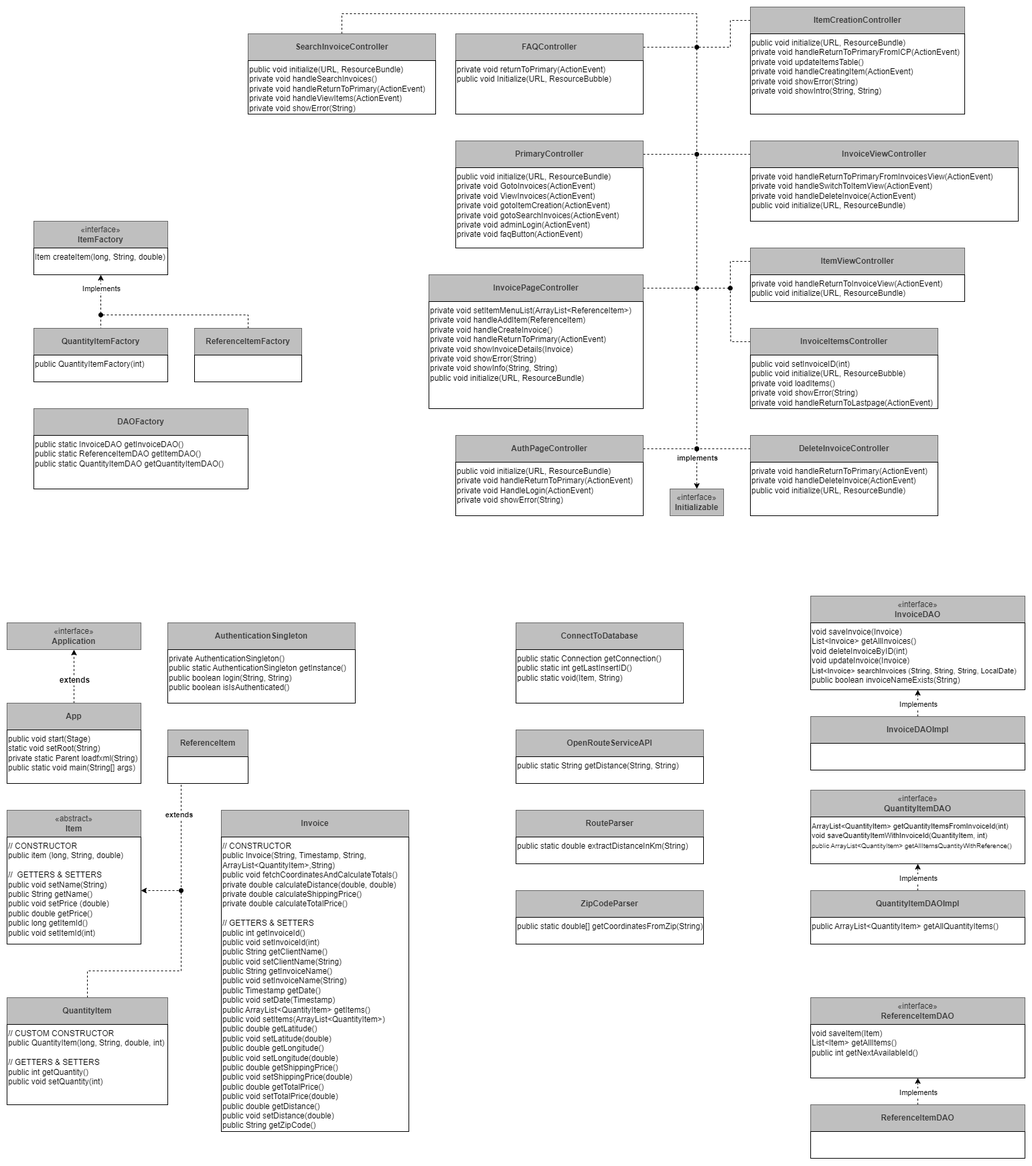
domdancing/Final-for-SE keeps this draw.io diagram as src/diagrams/ClassesDiagram.png. Above is the earlier version. Source tidied: cells renumbered, new cells last; positions are measured from the earlier drawing's top-left corner, leaving out a move shared by most shapes.
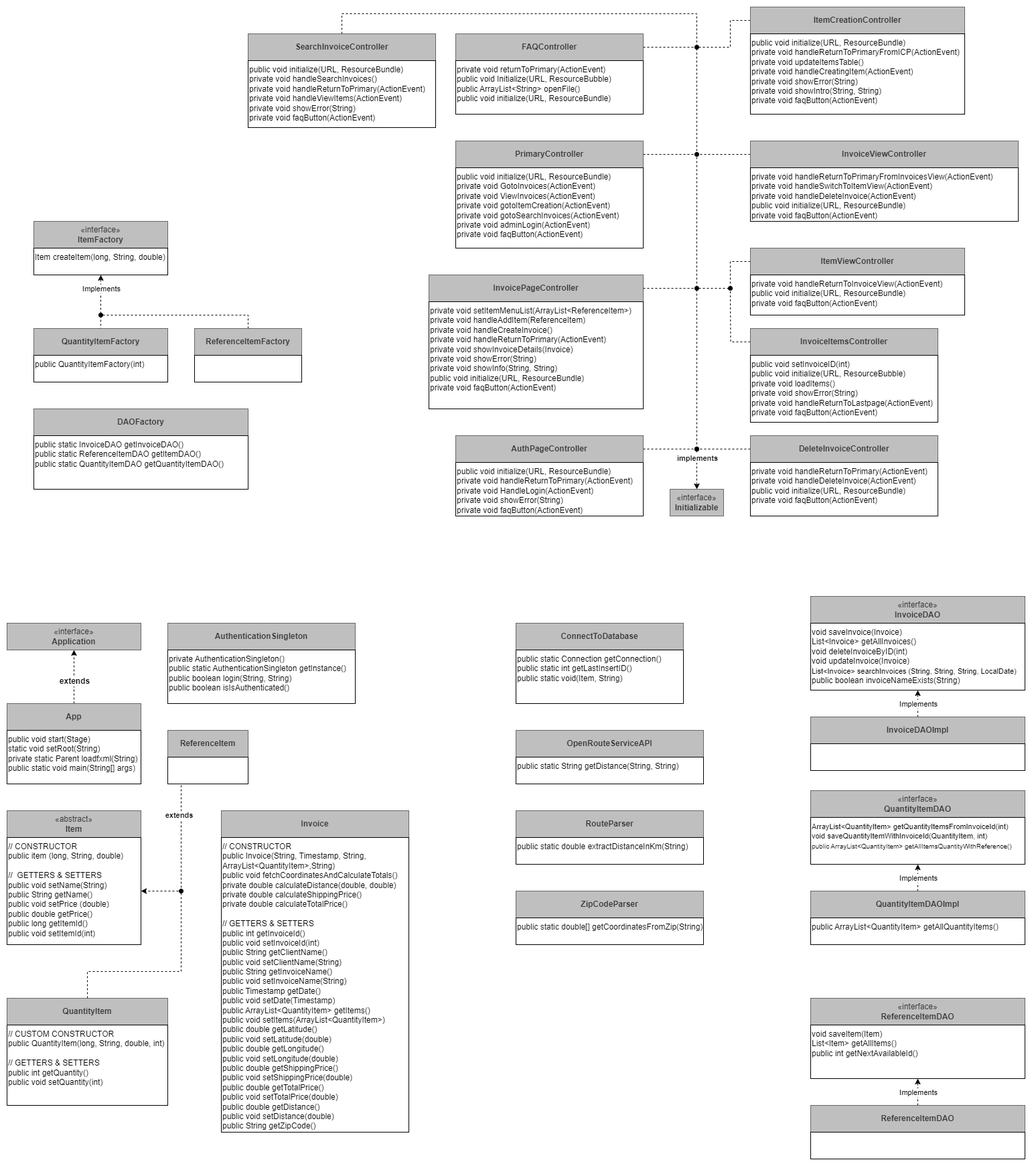
Later version of the same file.

Change to the diagram source:
```diff
@@ -33,7 +33,7 @@
     <mxCell id="10" value="&lt;b&gt;DeleteInvoiceController&lt;/b&gt;" style="html=1;whiteSpace=wrap;fillColor=#BFBFBF;fontColor=#333333;strokeColor=#666666;" parent="1" vertex="1">
       <mxGeometry x="1110" y="640" width="280" height="40" as="geometry" />
     </mxCell>
-    <mxCell id="11" value="private void handleReturnToPrimary(ActionEvent)&lt;br&gt;private void handleDeleteInvoice(ActionEvent)&lt;br&gt;public void initialize(URL, ResourceBundle)" style="html=1;whiteSpace=wrap;verticalAlign=top;align=left;" parent="1" vertex="1">
+    <mxCell id="11" value="private void handleReturnToPrimary(ActionEvent)&lt;br&gt;private void handleDeleteInvoice(ActionEvent)&lt;br&gt;public void initialize(URL, ResourceBundle)&lt;br&gt;private void faqButton(ActionEvent)&amp;nbsp;" style="html=1;whiteSpace=wrap;verticalAlign=top;align=left;" parent="1" vertex="1">
       <mxGeometry x="1110" y="680" width="280" height="80" as="geometry" />
     </mxCell>
     <mxCell id="12" style="edgeStyle=orthogonalEdgeStyle;rounded=0;jettySize=auto;html=1;endArrow=oval;endFill=1;dashed=1;" parent="1" edge="1" source="13">
@@ -44,7 +44,7 @@
     <mxCell id="13" value="&lt;b&gt;InvoicePageController&lt;/b&gt;" style="html=1;whiteSpace=wrap;fillColor=#BFBFBF;fontColor=#333333;strokeColor=#666666;" parent="1" vertex="1">
       <mxGeometry x="630" y="400" width="320" height="40" as="geometry" />
     </mxCell>
-    <mxCell id="14" value="private void setItemMenuList(ArrayList&amp;lt;ReferenceItem&amp;gt;)&lt;br&gt;private void handleAddItem(ReferenceItem)&lt;br&gt;private void handleCreateInvoice()&lt;br&gt;private void handleReturnToPrimary(ActionEvent)&lt;div&gt;private void showInvoiceDetails(Invoice)&lt;br&gt;&lt;/div&gt;&lt;div&gt;private void showError(String)&lt;br&gt;&lt;/div&gt;&lt;div&gt;private void showInfo(String, String)&amp;nbsp;&lt;br&gt;&lt;/div&gt;&lt;div&gt;public void initialize(URL, ResourceBundle)&lt;br&gt;&lt;/div&gt;" style="html=1;whiteSpace=wrap;verticalAlign=top;align=left;" parent="1" vertex="1">
+    <mxCell id="14" value="private void setItemMenuList(ArrayList&amp;lt;ReferenceItem&amp;gt;)&lt;br&gt;private void handleAddItem(ReferenceItem)&lt;br&gt;private void handleCreateInvoice()&lt;br&gt;private void handleReturnToPrimary(ActionEvent)&lt;div&gt;private void showInvoiceDetails(Invoice)&lt;br&gt;&lt;/div&gt;&lt;div&gt;private void showError(String)&lt;br&gt;&lt;/div&gt;&lt;div&gt;private void showInfo(String, String)&amp;nbsp;&lt;br&gt;&lt;/div&gt;&lt;div&gt;public void initialize(URL, ResourceBundle)&lt;br&gt;private void faqButton(ActionEvent)&amp;nbsp;&lt;br&gt;&lt;/div&gt;" style="html=1;whiteSpace=wrap;verticalAlign=top;align=left;" parent="1" vertex="1">
       <mxGeometry x="630" y="440" width="320" height="160" as="geometry" />
     </mxCell>
     <mxCell id="15" style="edgeStyle=orthogonalEdgeStyle;rounded=0;jettySize=auto;html=1;endArrow=none;startFill=0;dashed=1;" parent="1" edge="1" source="16">
@@ -104,7 +104,7 @@
     <mxCell id="28" value="&lt;b&gt;InvoiceViewController&lt;/b&gt;" style="html=1;whiteSpace=wrap;fillColor=#BFBFBF;fontColor=#333333;strokeColor=#666666;" parent="1" vertex="1">
       <mxGeometry x="1110" y="200" width="400" height="40" as="geometry" />
     </mxCell>
-    <mxCell id="29" value="private void handleReturnToPrimaryFromInvoicesView(ActionEvent)&amp;nbsp;&lt;br&gt;private void handleSwitchToItemView(ActionEvent)&lt;br&gt;private void handleDeleteInvoice(ActionEvent)&amp;nbsp;&amp;nbsp;&lt;br&gt;public void initialize(URL, ResourceBundle)&amp;nbsp;&lt;br&gt;&lt;div&gt;&lt;br&gt;&lt;/div&gt;" style="html=1;whiteSpace=wrap;verticalAlign=top;align=left;" parent="1" vertex="1">
+    <mxCell id="29" value="private void handleReturnToPrimaryFromInvoicesView(ActionEvent)&amp;nbsp;&lt;br&gt;private void handleSwitchToItemView(ActionEvent)&lt;br&gt;private void handleDeleteInvoice(ActionEvent)&amp;nbsp;&amp;nbsp;&lt;br&gt;public void initialize(URL, ResourceBundle)&amp;nbsp;&lt;br&gt;private void faqButton(ActionEvent)&amp;nbsp;&lt;br&gt;&lt;div&gt;&lt;br&gt;&lt;/div&gt;" style="html=1;whiteSpace=wrap;verticalAlign=top;align=left;" parent="1" vertex="1">
       <mxGeometry x="1110" y="240" width="400" height="80" as="geometry" />
     </mxCell>
     <mxCell id="30" style="edgeStyle=orthogonalEdgeStyle;rounded=0;jettySize=auto;html=1;endArrow=none;startFill=0;dashed=1;" parent="1" edge="1" source="31">
@@ -119,8 +119,8 @@
     <mxCell id="31" value="&lt;b&gt;ItemViewController&lt;/b&gt;" style="html=1;whiteSpace=wrap;fillColor=#BFBFBF;fontColor=#333333;strokeColor=#666666;" parent="1" vertex="1">
       <mxGeometry x="1110" y="360" width="320" height="40" as="geometry" />
     </mxCell>
-    <mxCell id="32" value="private void handleReturnToInvoiceView(ActionEvent)&amp;nbsp;&lt;br&gt;public void initialize(URL, ResourceBundle)&amp;nbsp;" style="html=1;whiteSpace=wrap;verticalAlign=top;align=left;" parent="1" vertex="1">
-      <mxGeometry x="1110" y="400" width="320" height="40" as="geometry" />
+    <mxCell id="32" value="private void handleReturnToInvoiceView(ActionEvent)&amp;nbsp;&lt;br&gt;public void initialize(URL, ResourceBundle)&lt;br&gt;private void faqButton(ActionEvent)&amp;nbsp;&amp;nbsp;" style="html=1;whiteSpace=wrap;verticalAlign=top;align=left;" parent="1" vertex="1">
+      <mxGeometry x="1110" y="400" width="320" height="60" as="geometry" />
     </mxCell>
     <mxCell id="33" style="edgeStyle=orthogonalEdgeStyle;rounded=0;jettySize=auto;html=1;endArrow=oval;endFill=1;dashed=1;" parent="1" edge="1" source="34">
       <mxGeometry relative="1" as="geometry">
@@ -134,7 +134,7 @@
     <mxCell id="34" value="&lt;b&gt;ItemCreationController&lt;/b&gt;" style="html=1;whiteSpace=wrap;fillColor=#BFBFBF;fontColor=#333333;strokeColor=#666666;" parent="1" vertex="1">
       <mxGeometry x="1110" width="320" height="40" as="geometry" />
     </mxCell>
-    <mxCell id="35" value="&lt;div&gt;public void initialize(URL, ResourceBundle)&lt;br&gt;private void handleReturnToPrimaryFromICP(ActionEvent)&lt;br&gt;&lt;/div&gt;&lt;div&gt;private void updateItemsTable()&lt;br&gt;private void handleCreatingItem(ActionEvent)&amp;nbsp;&lt;br&gt;private void showError(String)&lt;br&gt;private void showIntro(String, String)&lt;br&gt;&lt;br&gt;&lt;/div&gt;" style="html=1;whiteSpace=wrap;verticalAlign=top;align=left;" parent="1" vertex="1">
+    <mxCell id="35" value="&lt;div&gt;public void initialize(URL, ResourceBundle)&lt;br&gt;private void handleReturnToPrimaryFromICP(ActionEvent)&lt;br&gt;&lt;/div&gt;&lt;div&gt;private void updateItemsTable()&lt;br&gt;private void handleCreatingItem(ActionEvent)&amp;nbsp;&lt;br&gt;private void showError(String)&lt;br&gt;private void showIntro(String, String)&lt;br&gt;private void faqButton(ActionEvent)&amp;nbsp;&lt;br&gt;&lt;br&gt;&lt;/div&gt;" style="html=1;whiteSpace=wrap;verticalAlign=top;align=left;" parent="1" vertex="1">
       <mxGeometry x="1110" y="40" width="320" height="120" as="geometry" />
     </mxCell>
     <mxCell id="36" style="edgeStyle=orthogonalEdgeStyle;rounded=0;jettySize=auto;html=1;endArrow=oval;endFill=1;dashed=1;" parent="1" edge="1" source="37">
@@ -145,7 +145,7 @@
     <mxCell id="37" value="&lt;b&gt;AuthPageController&lt;/b&gt;" style="html=1;whiteSpace=wrap;fillColor=#BFBFBF;fontColor=#333333;strokeColor=#666666;" parent="1" vertex="1">
       <mxGeometry x="670" y="640" width="280" height="40" as="geometry" />
     </mxCell>
-    <mxCell id="38" value="&lt;div&gt;public void initialize(URL, ResourceBundle)&lt;br&gt;&lt;/div&gt;&lt;div&gt;private void handleReturnToPrimary(ActionEvent)&amp;nbsp;&lt;br&gt;&lt;/div&gt;&lt;div&gt;private void HandleLogin(ActionEvent)&lt;br&gt;private void showError(String)&lt;/div&gt;&lt;div&gt;&lt;br&gt;&lt;/div&gt;" style="html=1;whiteSpace=wrap;verticalAlign=top;align=left;" parent="1" vertex="1">
+    <mxCell id="38" value="&lt;div&gt;public void initialize(URL, ResourceBundle)&lt;br&gt;&lt;/div&gt;&lt;div&gt;private void handleReturnToPrimary(ActionEvent)&amp;nbsp;&lt;br&gt;&lt;/div&gt;&lt;div&gt;private void HandleLogin(ActionEvent)&lt;br&gt;private void showError(String)&lt;br&gt;private void faqButton(ActionEvent)&amp;nbsp;&lt;br&gt;&lt;/div&gt;&lt;div&gt;&lt;br&gt;&lt;/div&gt;" style="html=1;whiteSpace=wrap;verticalAlign=top;align=left;" parent="1" vertex="1">
       <mxGeometry x="670" y="680" width="280" height="80" as="geometry" />
     </mxCell>
     <mxCell id="39" value="«interface»&lt;br&gt;&lt;b&gt;Initializable&lt;/b&gt;" style="html=1;whiteSpace=wrap;fillColor=#BFBFBF;fontColor=#333333;strokeColor=#666666;" parent="1" vertex="1">
@@ -159,7 +159,7 @@
     <mxCell id="41" value="&lt;b&gt;FAQController&lt;/b&gt;" style="html=1;whiteSpace=wrap;fillColor=#BFBFBF;fontColor=#333333;strokeColor=#666666;" parent="1" vertex="1">
       <mxGeometry x="670" y="40" width="280" height="40" as="geometry" />
     </mxCell>
-    <mxCell id="42" value="&lt;div&gt;private void returnToPrimary(ActionEvent)&lt;br&gt;public void Initialize(URL, ResourceBubble)&lt;/div&gt;" style="html=1;whiteSpace=wrap;verticalAlign=top;align=left;" parent="1" vertex="1">
+    <mxCell id="42" value="&lt;div&gt;private void returnToPrimary(ActionEvent)&lt;br&gt;public void Initialize(URL, ResourceBubble)&lt;br&gt;public ArrayList&amp;lt;String&amp;gt; openFile()&lt;br&gt;public void initialize(URL, ResourceBundle)&lt;/div&gt;" style="html=1;whiteSpace=wrap;verticalAlign=top;align=left;" parent="1" vertex="1">
       <mxGeometry x="670" y="80" width="280" height="80" as="geometry" />
     </mxCell>
     <mxCell id="43" style="edgeStyle=orthogonalEdgeStyle;rounded=0;jettySize=auto;html=1;endArrow=oval;endFill=1;dashed=1;" parent="1" edge="1" source="44">
@@ -170,8 +170,8 @@
     <mxCell id="44" value="&lt;b&gt;InvoiceItemsController&lt;/b&gt;" style="html=1;whiteSpace=wrap;fillColor=#BFBFBF;fontColor=#333333;strokeColor=#666666;" parent="1" vertex="1">
       <mxGeometry x="1110" y="480" width="280" height="40" as="geometry" />
     </mxCell>
-    <mxCell id="45" value="public void setInvoiceID(int)&lt;br&gt;public void initialize(URL, ResourceBubble)&lt;br&gt;private void loadItems()&lt;br&gt;private void showError(String)&lt;br&gt;private void handleReturnToLastpage(ActionEvent)" style="html=1;whiteSpace=wrap;verticalAlign=top;align=left;" parent="1" vertex="1">
-      <mxGeometry x="1110" y="520" width="280" height="80" as="geometry" />
+    <mxCell id="45" value="public void setInvoiceID(int)&lt;br&gt;public void initialize(URL, ResourceBubble)&lt;br&gt;private void loadItems()&lt;br&gt;private void showError(String)&lt;br&gt;private void handleReturnToLastpage(ActionEvent)&lt;br&gt;private void faqButton(ActionEvent)&amp;nbsp;" style="html=1;whiteSpace=wrap;verticalAlign=top;align=left;" parent="1" vertex="1">
+      <mxGeometry x="1110" y="520" width="280" height="100" as="geometry" />
     </mxCell>
     <mxCell id="46" style="edgeStyle=orthogonalEdgeStyle;rounded=0;jettySize=auto;html=1;entryX=0.5;entryY=0;entryDx=0;entryDy=0;dashed=1;fontStyle=1;" parent="1" edge="1" source="48" target="39">
       <mxGeometry relative="1" as="geometry">
@@ -187,8 +187,8 @@
     <mxCell id="48" value="&lt;b&gt;SearchInvoiceController&lt;/b&gt;" style="html=1;whiteSpace=wrap;fillColor=#BFBFBF;fontColor=#333333;strokeColor=#666666;" parent="1" vertex="1">
       <mxGeometry x="360" y="40" width="280" height="40" as="geometry" />
     </mxCell>
-    <mxCell id="49" value="public void initialize(URL, ResourceBundle)&lt;br&gt;private void handleSearchInvoices()&lt;br&gt;private void handleReturnToPrimary(ActionEvent)&lt;br&gt;private void handleViewItems(ActionEvent)&lt;br&gt;private void showError(String)" style="html=1;whiteSpace=wrap;verticalAlign=top;align=left;" parent="1" vertex="1">
-      <mxGeometry x="360" y="80" width="280" height="80" as="geometry" />
+    <mxCell id="49" value="public void initialize(URL, ResourceBundle)&lt;br&gt;private void handleSearchInvoices()&lt;br&gt;private void handleReturnToPrimary(ActionEvent)&lt;br&gt;private void handleViewItems(ActionEvent)&lt;br&gt;private void showError(String)&lt;br&gt;private void faqButton(ActionEvent)&amp;nbsp;" style="html=1;whiteSpace=wrap;verticalAlign=top;align=left;" parent="1" vertex="1">
+      <mxGeometry x="360" y="80" width="280" height="100" as="geometry" />
     </mxCell>
     <mxCell id="50" value="&lt;b&gt;AuthenticationSingleton&lt;/b&gt;" style="html=1;whiteSpace=wrap;fillColor=#BFBFBF;fontColor=#333333;strokeColor=#666666;" parent="1" vertex="1">
       <mxGeometry x="240" y="920" width="280" height="40" as="geometry" />
```
